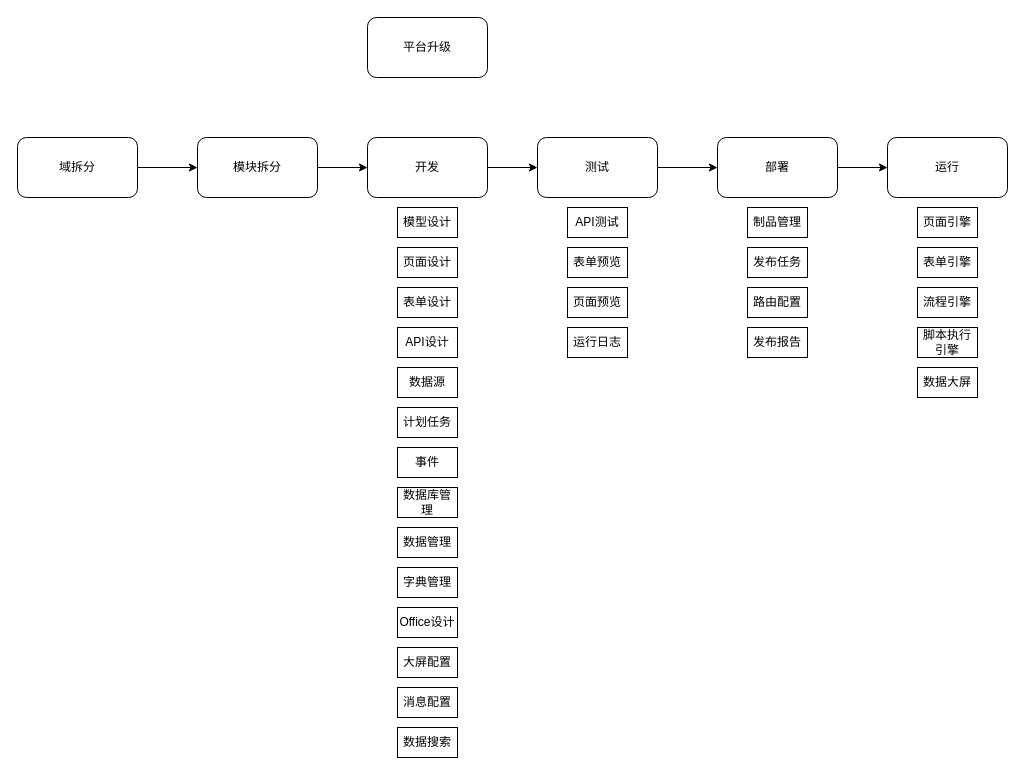
This is page "产品架构" (4 of 4) of 低代码架构.drawio from ProgrammerLZ/drawio, a draw.io file, before an edit. Source tidied: cells renumbered, new cells numbered last; positions are measured from the earlier drawing's top-left corner, leaving out a move shared by most shapes. Both pictures are drawn from the tidied source at 100%, with x=0, y=0 at pixel (17, 17).
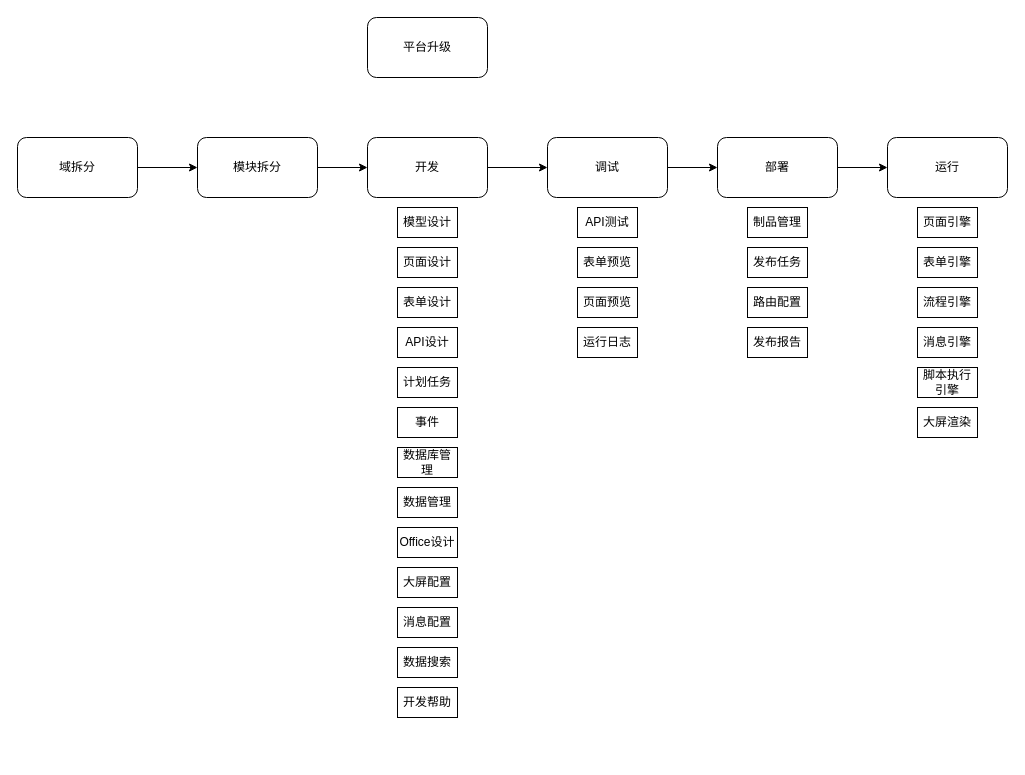
The same page after the edit.

Commit message:
更新低代码架构.drawio

Change to the diagram source:
```diff
@@
-    <mxCell id="5" value="测试" style="rounded=1;whiteSpace=wrap;html=1;" parent="1" vertex="1">
-      <mxGeometry x="520" y="120" width="120" height="60" as="geometry" />
+    <mxCell id="5" value="调试" style="rounded=1;whiteSpace=wrap;html=1;" parent="1" vertex="1">
+      <mxGeometry x="530" y="120" width="120" height="60" as="geometry" />
     </mxCell>
@@
-    <mxCell id="17" value="数据源" style="rounded=0;whiteSpace=wrap;html=1;fontColor=#000000;" parent="1" vertex="1">
-      <mxGeometry x="380" y="350" width="60" height="30" as="geometry" />
-    </mxCell>
     <mxCell id="18" value="API测试" style="rounded=0;whiteSpace=wrap;html=1;fontColor=#000000;" parent="1" vertex="1">
-      <mxGeometry x="550" y="190" width="60" height="30" as="geometry" />
+      <mxGeometry x="560" y="190" width="60" height="30" as="geometry" />
     </mxCell>
     <mxCell id="19" value="表单预览" style="rounded=0;whiteSpace=wrap;html=1;fontColor=#000000;" parent="1" vertex="1">
-      <mxGeometry x="550" y="230" width="60" height="30" as="geometry" />
+      <mxGeometry x="560" y="230" width="60" height="30" as="geometry" />
     </mxCell>
     <mxCell id="20" value="页面预览" style="rounded=0;whiteSpace=wrap;html=1;fontColor=#000000;" parent="1" vertex="1">
-      <mxGeometry x="550" y="270" width="60" height="30" as="geometry" />
+      <mxGeometry x="560" y="270" width="60" height="30" as="geometry" />
     </mxCell>
@@
     <mxCell id="22" value="计划任务" style="rounded=0;whiteSpace=wrap;html=1;fontColor=#000000;" parent="1" vertex="1">
-      <mxGeometry x="380" y="390" width="60" height="30" as="geometry" />
+      <mxGeometry x="380" y="350" width="60" height="30" as="geometry" />
     </mxCell>
     <mxCell id="23" value="事件" style="rounded=0;whiteSpace=wrap;html=1;fontColor=#000000;" parent="1" vertex="1">
-      <mxGeometry x="380" y="430" width="60" height="30" as="geometry" />
+      <mxGeometry x="380" y="390" width="60" height="30" as="geometry" />
     </mxCell>
@@
     <mxCell id="25" value="运行日志" style="rounded=0;whiteSpace=wrap;html=1;fontColor=#000000;" parent="1" vertex="1">
-      <mxGeometry x="550" y="310" width="60" height="30" as="geometry" />
+      <mxGeometry x="560" y="310" width="60" height="30" as="geometry" />
     </mxCell>
     <mxCell id="26" value="数据库管理" style="rounded=0;whiteSpace=wrap;html=1;fontColor=#000000;" parent="1" vertex="1">
-      <mxGeometry x="380" y="470" width="60" height="30" as="geometry" />
+      <mxGeometry x="380" y="430" width="60" height="30" as="geometry" />
     </mxCell>
-    <mxCell id="27" value="字典管理" style="rounded=0;whiteSpace=wrap;html=1;fontColor=#000000;" parent="1" vertex="1">
-      <mxGeometry x="380" y="550" width="60" height="30" as="geometry" />
-    </mxCell>
     <mxCell id="28" value="Office设计" style="rounded=0;whiteSpace=wrap;html=1;fontColor=#000000;" parent="1" vertex="1">
-      <mxGeometry x="380" y="590" width="60" height="30" as="geometry" />
+      <mxGeometry x="380" y="510" width="60" height="30" as="geometry" />
     </mxCell>
@@
     <mxCell id="31" value="脚本执行引擎" style="rounded=0;whiteSpace=wrap;html=1;fontColor=#000000;" parent="1" vertex="1">
-      <mxGeometry x="900" y="310" width="60" height="30" as="geometry" />
+      <mxGeometry x="900" y="350" width="60" height="30" as="geometry" />
     </mxCell>
-    <mxCell id="32" value="数据大屏" style="rounded=0;whiteSpace=wrap;html=1;fontColor=#000000;" parent="1" vertex="1">
-      <mxGeometry x="900" y="350" width="60" height="30" as="geometry" />
+    <mxCell id="32" value="大屏渲染" style="rounded=0;whiteSpace=wrap;html=1;fontColor=#000000;" parent="1" vertex="1">
+      <mxGeometry x="900" y="390" width="60" height="30" as="geometry" />
     </mxCell>
     <mxCell id="33" value="大屏配置" style="rounded=0;whiteSpace=wrap;html=1;fontColor=#000000;" parent="1" vertex="1">
-      <mxGeometry x="380" y="630" width="60" height="30" as="geometry" />
+      <mxGeometry x="380" y="550" width="60" height="30" as="geometry" />
     </mxCell>
     <mxCell id="34" value="消息配置" style="rounded=0;whiteSpace=wrap;html=1;fontColor=#000000;" parent="1" vertex="1">
-      <mxGeometry x="380" y="670" width="60" height="30" as="geometry" />
+      <mxGeometry x="380" y="590" width="60" height="30" as="geometry" />
     </mxCell>
     <mxCell id="35" value="数据搜索" style="rounded=0;whiteSpace=wrap;html=1;fontColor=#000000;" parent="1" vertex="1">
-      <mxGeometry x="380" y="710" width="60" height="30" as="geometry" />
+      <mxGeometry x="380" y="630" width="60" height="30" as="geometry" />
     </mxCell>
@@
     <mxCell id="40" value="数据管理" style="rounded=0;whiteSpace=wrap;html=1;fontColor=#000000;" parent="1" vertex="1">
-      <mxGeometry x="380" y="510" width="60" height="30" as="geometry" />
+      <mxGeometry x="380" y="470" width="60" height="30" as="geometry" />
     </mxCell>
+    <mxCell id="41" value="开发帮助" style="rounded=0;whiteSpace=wrap;html=1;fontColor=#000000;" parent="1" vertex="1">
+      <mxGeometry x="380" y="670" width="60" height="30" as="geometry" />
+    </mxCell>
+    <mxCell id="42" value="消息引擎" style="rounded=0;whiteSpace=wrap;html=1;fontColor=#000000;" parent="1" vertex="1">
+      <mxGeometry x="900" y="310" width="60" height="30" as="geometry" />
+    </mxCell>
```
